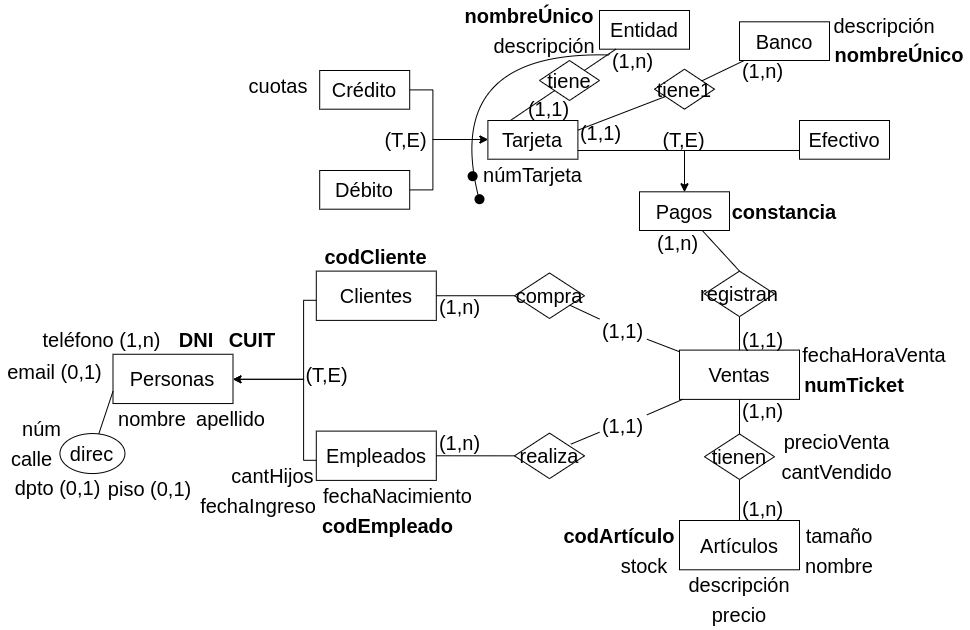
This is Practica/Practica2/Parte1/drawios-png/ejercicio06P2_Conceptual.drawio.png from c97Ernesto/DisenioBasesDatos, a draw.io export, as it was before one commit. Source tidied: cells renumbered, new cells last; positions are measured from the earlier drawing's top-left corner, leaving out a move shared by most shapes.
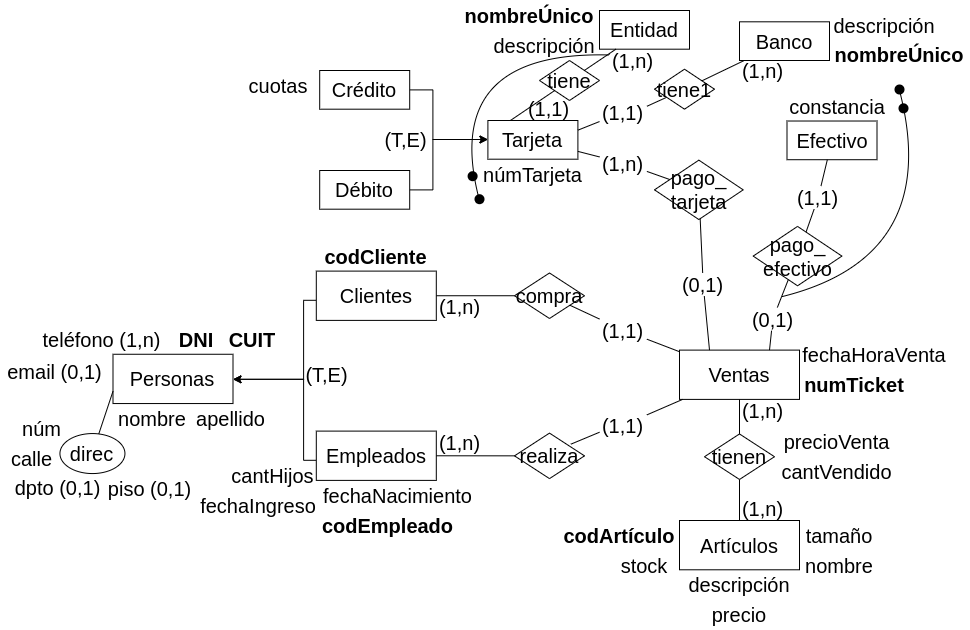
After the commit.

Change to the diagram source:
```diff
@@ -150,9 +150,6 @@
     <mxCell id="46" style="endArrow=none;html=1;rounded=0;fontSize=20;" parent="1" edge="1" source="35" target="25">
       <mxGeometry relative="1" as="geometry" />
     </mxCell>
-    <mxCell id="47" value="registran" style="shape=rhombus;perimeter=rhombusPerimeter;whiteSpace=wrap;html=1;align=center;fontSize=20;" parent="1" vertex="1">
-      <mxGeometry x="705" y="270.6" width="70" height="45.5" as="geometry" />
-    </mxCell>
     <mxCell id="48" value="(1,n)" style="text;html=1;strokeColor=none;fillColor=none;align=center;verticalAlign=middle;whiteSpace=wrap;rounded=0;fontSize=20;rotation=0;" parent="1" vertex="1">
       <mxGeometry x="740" y="398.9" width="47.4" height="23.2" as="geometry" />
     </mxCell>
@@ -162,26 +159,9 @@
     <mxCell id="50" value="precioVenta" style="text;html=1;strokeColor=none;fillColor=none;align=center;verticalAlign=middle;whiteSpace=wrap;rounded=0;fontSize=20;rotation=0;fontStyle=0;" parent="1" vertex="1">
       <mxGeometry x="775" y="426.2" width="125" height="30" as="geometry" />
     </mxCell>
-    <mxCell id="51" value="&lt;font style=&quot;font-size: 20px;&quot;&gt;Pagos&lt;/font&gt;" style="whiteSpace=wrap;html=1;align=center;fontSize=20;" parent="1" vertex="1">
-      <mxGeometry x="640" y="191.3" width="90" height="38.7" as="geometry" />
-    </mxCell>
-    <mxCell id="52" style="edgeStyle=orthogonalEdgeStyle;rounded=0;jettySize=auto;html=1;" parent="1" edge="1" source="53" target="51">
-      <mxGeometry relative="1" as="geometry">
-        <Array as="points">
-          <mxPoint x="685" y="150" />
-        </Array>
-      </mxGeometry>
-    </mxCell>
     <mxCell id="53" value="&lt;font style=&quot;font-size: 20px;&quot;&gt;Efectivo&lt;/font&gt;" style="whiteSpace=wrap;html=1;align=center;fontSize=20;" parent="1" vertex="1">
-      <mxGeometry x="800" y="120" width="90" height="38.7" as="geometry" />
+      <mxGeometry x="787.5" y="120.5" width="90" height="38.7" as="geometry" />
     </mxCell>
-    <mxCell id="54" style="edgeStyle=orthogonalEdgeStyle;rounded=0;jettySize=auto;html=1;" parent="1" edge="1" source="55" target="51">
-      <mxGeometry relative="1" as="geometry">
-        <Array as="points">
-          <mxPoint x="685" y="150" />
-        </Array>
-      </mxGeometry>
-    </mxCell>
     <mxCell id="55" value="&lt;font style=&quot;font-size: 20px;&quot;&gt;Tarjeta&lt;/font&gt;" style="whiteSpace=wrap;html=1;align=center;fontSize=20;" parent="1" vertex="1">
       <mxGeometry x="488.4" y="120" width="90" height="38.7" as="geometry" />
     </mxCell>
@@ -205,9 +185,6 @@
     <mxCell id="59" value="Débito" style="whiteSpace=wrap;html=1;align=center;fontSize=20;" parent="1" vertex="1">
       <mxGeometry x="320.2" y="170" width="90" height="38.7" as="geometry" />
     </mxCell>
-    <mxCell id="60" value="(T,E)" style="text;html=1;strokeColor=none;fillColor=none;align=center;verticalAlign=middle;whiteSpace=wrap;rounded=0;fontSize=20;rotation=0;" parent="1" vertex="1">
-      <mxGeometry x="661.3" y="127.8" width="47.4" height="23.2" as="geometry" />
-    </mxCell>
     <mxCell id="61" value="(T,E)" style="text;html=1;strokeColor=none;fillColor=none;align=center;verticalAlign=middle;whiteSpace=wrap;rounded=0;fontSize=20;rotation=0;" parent="1" vertex="1">
       <mxGeometry x="383.4" y="127.8" width="47.4" height="23.2" as="geometry" />
     </mxCell>
@@ -223,7 +200,7 @@
     <mxCell id="65" value="tiene1" style="shape=rhombus;perimeter=rhombusPerimeter;whiteSpace=wrap;html=1;align=center;fontSize=20;" parent="1" vertex="1">
       <mxGeometry x="655" y="68.7" width="60" height="40" as="geometry" />
     </mxCell>
-    <mxCell id="66" style="endArrow=none;html=1;rounded=0;fontSize=20;exitX=1;exitY=0.25;exitDx=0;exitDy=0;" parent="1" edge="1" source="55" target="65">
+    <mxCell id="66" style="endArrow=none;html=1;rounded=0;fontSize=20;exitX=1;exitY=0.25;exitDx=0;exitDy=0;" parent="1" edge="1" source="85" target="65">
       <mxGeometry relative="1" as="geometry" />
     </mxCell>
     <mxCell id="67" style="endArrow=none;html=1;rounded=0;fontSize=20;entryX=0.25;entryY=0;entryDx=0;entryDy=0;" parent="1" edge="1" source="64" target="55">
@@ -250,18 +227,6 @@
     <mxCell id="74" value="cuotas" style="text;html=1;strokeColor=none;fillColor=none;align=center;verticalAlign=middle;whiteSpace=wrap;rounded=0;fontSize=20;rotation=0;fontStyle=0;" parent="1" vertex="1">
       <mxGeometry x="240" y="70" width="77.9" height="30" as="geometry" />
     </mxCell>
-    <mxCell id="75" style="endArrow=none;html=1;rounded=0;fontSize=20;exitX=0.5;exitY=0;exitDx=0;exitDy=0;" parent="1" edge="1" source="47" target="51">
-      <mxGeometry relative="1" as="geometry" />
-    </mxCell>
-    <mxCell id="76" style="endArrow=none;html=1;rounded=0;fontSize=20;" parent="1" edge="1" source="31" target="47">
-      <mxGeometry relative="1" as="geometry" />
-    </mxCell>
-    <mxCell id="77" value="(1,n)" style="text;html=1;strokeColor=none;fillColor=none;align=center;verticalAlign=middle;whiteSpace=wrap;rounded=0;fontSize=20;rotation=0;" parent="1" vertex="1">
-      <mxGeometry x="655" y="230" width="47.4" height="23.2" as="geometry" />
-    </mxCell>
-    <mxCell id="78" value="(1,1)" style="text;html=1;strokeColor=none;fillColor=none;align=center;verticalAlign=middle;whiteSpace=wrap;rounded=0;fontSize=20;rotation=0;" parent="1" vertex="1">
-      <mxGeometry x="740" y="327.2" width="47.4" height="23.2" as="geometry" />
-    </mxCell>
     <mxCell id="79" value="numTicket" style="text;html=1;strokeColor=none;fillColor=none;align=center;verticalAlign=middle;whiteSpace=wrap;rounded=0;fontSize=20;rotation=0;fontStyle=1;" parent="1" vertex="1">
       <mxGeometry x="800" y="368.9" width="110" height="30" as="geometry" />
     </mxCell>
@@ -280,9 +245,6 @@
     <mxCell id="84" value="(1,n)" style="text;html=1;strokeColor=none;fillColor=none;align=center;verticalAlign=middle;whiteSpace=wrap;rounded=0;fontSize=20;rotation=0;" parent="1" vertex="1">
       <mxGeometry x="740" y="58.7" width="47.4" height="23.2" as="geometry" />
     </mxCell>
-    <mxCell id="85" value="(1,1)" style="text;html=1;strokeColor=none;fillColor=none;align=center;verticalAlign=middle;whiteSpace=wrap;rounded=0;fontSize=20;rotation=0;" parent="1" vertex="1">
-      <mxGeometry x="578.4" y="120" width="47.4" height="23.2" as="geometry" />
-    </mxCell>
     <mxCell id="86" style="shape=waypoint;sketch=0;size=6;fillColor=none;perimeter=centerPerimeter;strokeWidth=3;" parent="1" vertex="1">
       <mxGeometry x="470" y="188.7" width="20" height="20" as="geometry" />
     </mxCell>
@@ -303,8 +265,71 @@
         </Array>
       </mxGeometry>
     </mxCell>
-    <mxCell id="91" value="constancia" style="text;html=1;strokeColor=none;fillColor=none;align=center;verticalAlign=middle;whiteSpace=wrap;rounded=0;fontSize=20;rotation=0;fontStyle=1;" parent="1" vertex="1">
-      <mxGeometry x="730" y="195.7" width="110" height="30" as="geometry" />
+    <mxCell id="91" value="constancia" style="text;html=1;strokeColor=none;fillColor=none;align=center;verticalAlign=middle;whiteSpace=wrap;rounded=0;fontSize=20;rotation=0;fontStyle=0;" parent="1" vertex="1">
+      <mxGeometry x="782.5" y="90.5" width="110" height="30" as="geometry" />
     </mxCell>
+    <mxCell id="92" value="pago_&lt;br&gt;efectivo" style="shape=rhombus;perimeter=rhombusPerimeter;whiteSpace=wrap;html=1;align=center;fontSize=20;" parent="1" vertex="1">
+      <mxGeometry x="753.7" y="225.9" width="88.7" height="59.4" as="geometry" />
+    </mxCell>
+    <mxCell id="93" value="pago_&lt;br&gt;tarjeta" style="shape=rhombus;perimeter=rhombusPerimeter;whiteSpace=wrap;html=1;align=center;fontSize=20;" parent="1" vertex="1">
+      <mxGeometry x="655" y="159.6" width="88.7" height="59.4" as="geometry" />
+    </mxCell>
+    <mxCell id="94" style="endArrow=none;html=1;rounded=0;fontSize=20;" parent="1" edge="1" source="78" target="53">
+      <mxGeometry relative="1" as="geometry" />
+    </mxCell>
+    <mxCell id="95" style="endArrow=none;html=1;rounded=0;fontSize=20;" parent="1" edge="1" source="101" target="92">
+      <mxGeometry relative="1" as="geometry" />
+    </mxCell>
+    <mxCell id="96" style="endArrow=none;html=1;rounded=0;fontSize=20;" parent="1" edge="1" source="77" target="55">
+      <mxGeometry relative="1" as="geometry" />
+    </mxCell>
+    <mxCell id="97" style="endArrow=none;html=1;rounded=0;fontSize=20;entryX=0.25;entryY=0;entryDx=0;entryDy=0;" parent="1" edge="1" source="99" target="31">
+      <mxGeometry relative="1" as="geometry" />
+    </mxCell>
+    <mxCell id="98" style="endArrow=none;html=1;rounded=0;fontSize=20;" parent="1" edge="1" source="93" target="99">
+      <mxGeometry relative="1" as="geometry" />
+    </mxCell>
+    <mxCell id="99" value="(0,1)" style="text;html=1;strokeColor=none;fillColor=none;align=center;verticalAlign=middle;whiteSpace=wrap;rounded=0;fontSize=20;rotation=0;" parent="1" vertex="1">
+      <mxGeometry x="680" y="272.5" width="47.4" height="23.2" as="geometry" />
+    </mxCell>
+    <mxCell id="100" style="endArrow=none;html=1;rounded=0;fontSize=20;exitX=0.75;exitY=0;exitDx=0;exitDy=0;" parent="1" edge="1" source="31" target="101">
+      <mxGeometry relative="1" as="geometry" />
+    </mxCell>
+    <mxCell id="101" value="(0,1)" style="text;html=1;strokeColor=none;fillColor=none;align=center;verticalAlign=middle;whiteSpace=wrap;rounded=0;fontSize=20;rotation=0;" parent="1" vertex="1">
+      <mxGeometry x="749.6" y="307" width="47.4" height="23.2" as="geometry" />
+    </mxCell>
+    <mxCell id="102" style="endArrow=none;html=1;rounded=0;fontSize=20;" parent="1" edge="1" source="92" target="78">
+      <mxGeometry relative="1" as="geometry" />
+    </mxCell>
+    <mxCell id="78" value="(1,1)" style="text;html=1;strokeColor=none;fillColor=none;align=center;verticalAlign=middle;whiteSpace=wrap;rounded=0;fontSize=20;rotation=0;" parent="1" vertex="1">
+      <mxGeometry x="795" y="185.5" width="47.4" height="23.2" as="geometry" />
+    </mxCell>
+    <mxCell id="103" style="endArrow=none;html=1;rounded=0;fontSize=20;exitX=1;exitY=0.25;exitDx=0;exitDy=0;" parent="1" edge="1" source="55" target="85">
+      <mxGeometry relative="1" as="geometry" />
+    </mxCell>
+    <mxCell id="85" value="(1,1)" style="text;html=1;strokeColor=none;fillColor=none;align=center;verticalAlign=middle;whiteSpace=wrap;rounded=0;fontSize=20;rotation=0;" parent="1" vertex="1">
+      <mxGeometry x="600" y="100" width="47.4" height="23.2" as="geometry" />
+    </mxCell>
+    <mxCell id="104" style="endArrow=none;html=1;rounded=0;fontSize=20;" parent="1" edge="1" source="93" target="77">
+      <mxGeometry relative="1" as="geometry" />
+    </mxCell>
+    <mxCell id="77" value="(1,n)" style="text;html=1;strokeColor=none;fillColor=none;align=center;verticalAlign=middle;whiteSpace=wrap;rounded=0;fontSize=20;rotation=0;" parent="1" vertex="1">
+      <mxGeometry x="600" y="150.9" width="47.4" height="23.2" as="geometry" />
+    </mxCell>
+    <mxCell id="105" style="curved=1;endArrow=none;html=1;rounded=0;endFill=0;" parent="1" edge="1">
+      <mxGeometry relative="1" as="geometry">
+        <mxPoint x="900" y="90" as="sourcePoint" />
+        <mxPoint x="783" y="296" as="targetPoint" />
+        <Array as="points">
+          <mxPoint x="943" y="256" />
+        </Array>
+      </mxGeometry>
+    </mxCell>
+    <mxCell id="106" style="shape=waypoint;sketch=0;size=6;fillColor=none;perimeter=centerPerimeter;strokeWidth=3;" parent="1" vertex="1">
+      <mxGeometry x="890" y="79" width="20" height="20" as="geometry" />
+    </mxCell>
+    <mxCell id="107" style="shape=waypoint;sketch=0;size=6;fillColor=none;perimeter=centerPerimeter;strokeWidth=3;" parent="1" vertex="1">
+      <mxGeometry x="894" y="97.8" width="20" height="20" as="geometry" />
+    </mxCell>
   </root>
 </mxGraphModel>
```
